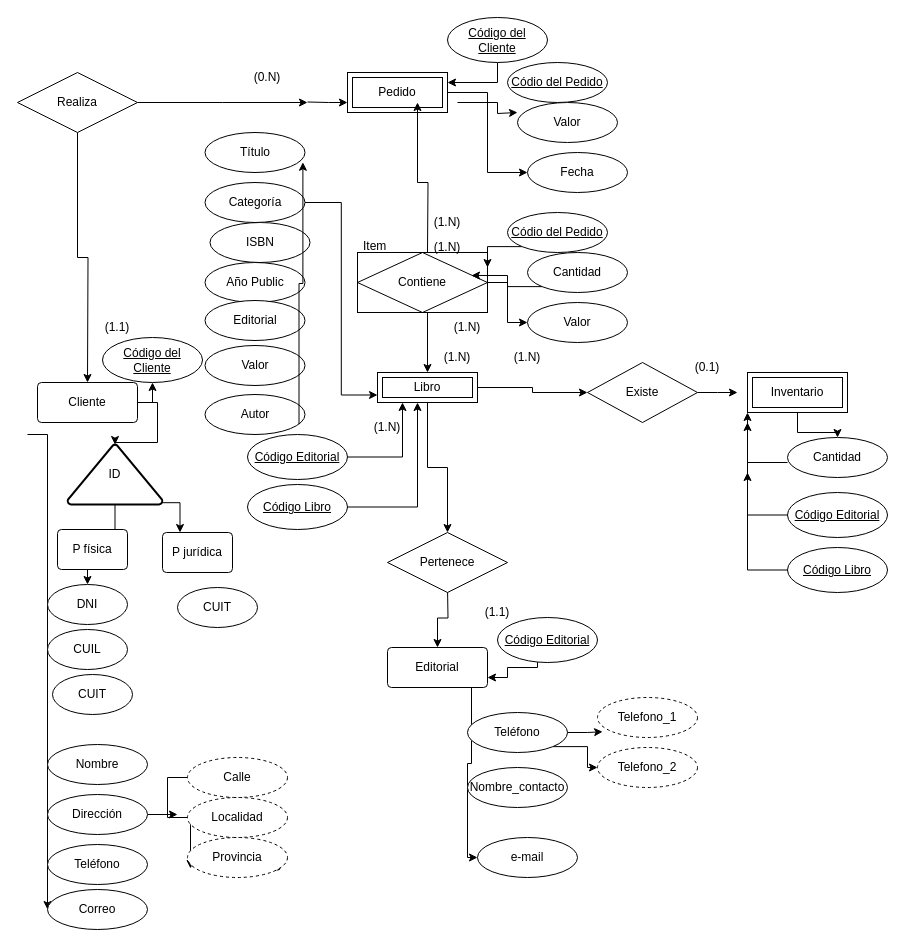
The draw.io diagram db/modelo.drawio in Sergio-Tolaba/ds_ej, before the edit. Source tidied: cells renumbered, new cells numbered last; positions are measured from the earlier drawing's top-left corner, leaving out a move shared by most shapes. Both pictures are drawn from the tidied source at 100%, with x=0, y=0 at pixel (17, 17).
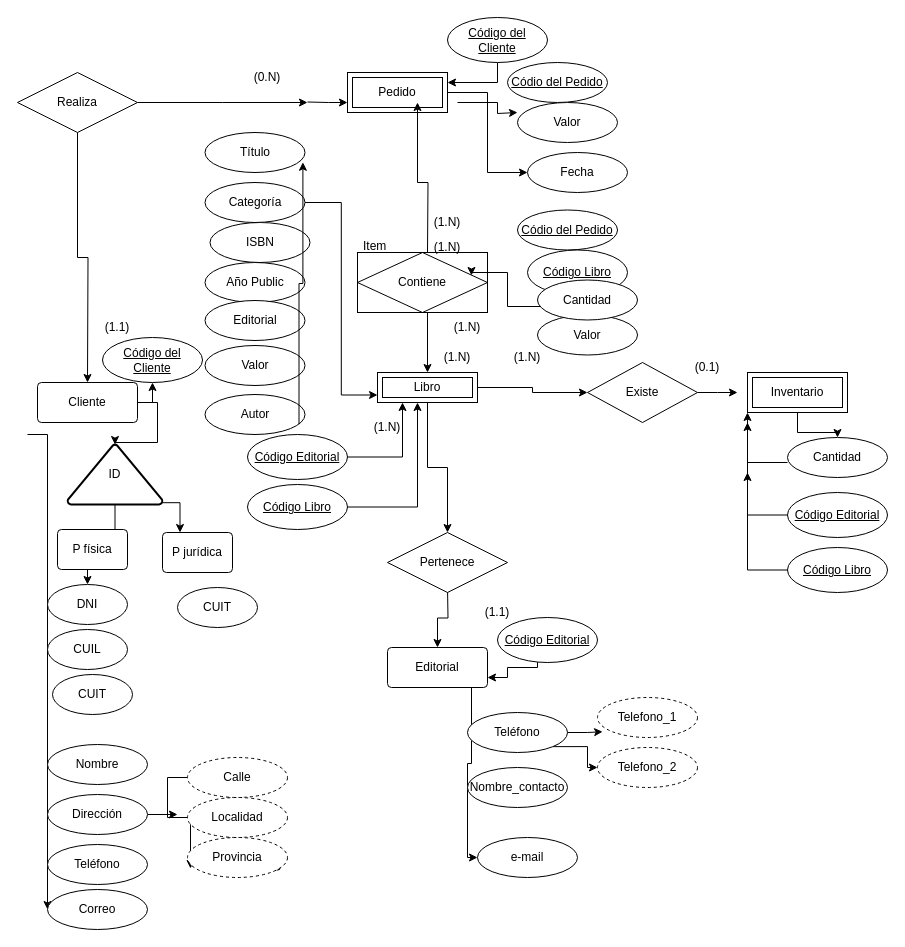
After the change.

Commit message:
Items CodPedido+CodLibro: modelo.drawio

The change refers to these unchanged cells:
```xml
<mxCell id="36" value="Contiene" style="shape=associativeEntity;whiteSpace=wrap;html=1;align=center;" parent="1" vertex="1">
  <mxGeometry x="340" y="235" width="130" height="60" as="geometry" />
</mxCell>
```

What changed in the source:
```diff
@@
-    <mxCell id="35" style="edgeStyle=orthogonalEdgeStyle;rounded=0;jettySize=auto;html=1;" parent="1" edge="1" source="36" target="92">
+    <mxCell id="35" style="edgeStyle=orthogonalEdgeStyle;rounded=0;jettySize=auto;html=1;" parent="1" edge="1" source="91" target="92">
       <mxGeometry relative="1" as="geometry" />
     </mxCell>
@@
-    <mxCell id="91" value="Cantidad" style="ellipse;whiteSpace=wrap;html=1;align=center;" parent="1" vertex="1">
-      <mxGeometry x="510" y="235" width="100" height="40" as="geometry" />
-    </mxCell>
     <mxCell id="92" value="Valor" style="ellipse;whiteSpace=wrap;html=1;align=center;" parent="1" vertex="1">
-      <mxGeometry x="510" y="285" width="100" height="40" as="geometry" />
+      <mxGeometry x="520" y="297.5" width="100" height="40" as="geometry" />
     </mxCell>
     <mxCell id="93" style="edgeStyle=orthogonalEdgeStyle;rounded=0;jettySize=auto;html=1;exitX=0;exitY=1;exitDx=0;exitDy=0;entryX=0.877;entryY=0.383;entryDx=0;entryDy=0;entryPerimeter=0;" parent="1" edge="1" source="91" target="36">
-      <mxGeometry relative="1" as="geometry" />
+      <mxGeometry relative="1" as="geometry">
+        <Array as="points">
+          <mxPoint x="490" y="289" />
+          <mxPoint x="490" y="255" />
+          <mxPoint x="454" y="255" />
+        </Array>
+      </mxGeometry>
     </mxCell>
-    <mxCell id="94" style="edgeStyle=orthogonalEdgeStyle;rounded=0;jettySize=auto;html=1;exitX=0;exitY=1;exitDx=0;exitDy=0;entryX=1;entryY=0.25;entryDx=0;entryDy=0;" parent="1" edge="1" source="95" target="36">
-      <mxGeometry relative="1" as="geometry" />
-    </mxCell>
     <mxCell id="95" value="Códio del Pedido" style="ellipse;whiteSpace=wrap;html=1;align=center;fontStyle=4;" parent="1" vertex="1">
-      <mxGeometry x="490" y="195" width="100" height="40" as="geometry" />
+      <mxGeometry x="500" y="192.5" width="100" height="40" as="geometry" />
     </mxCell>
@@
+    <mxCell id="100" value="Código Libro" style="ellipse;whiteSpace=wrap;html=1;align=center;fontStyle=4;" parent="1" vertex="1">
+      <mxGeometry x="510" y="232.5" width="100" height="45" as="geometry" />
+    </mxCell>
+    <mxCell id="91" value="Cantidad" style="ellipse;whiteSpace=wrap;html=1;align=center;" parent="1" vertex="1">
+      <mxGeometry x="520" y="262.5" width="100" height="40" as="geometry" />
+    </mxCell>
```
